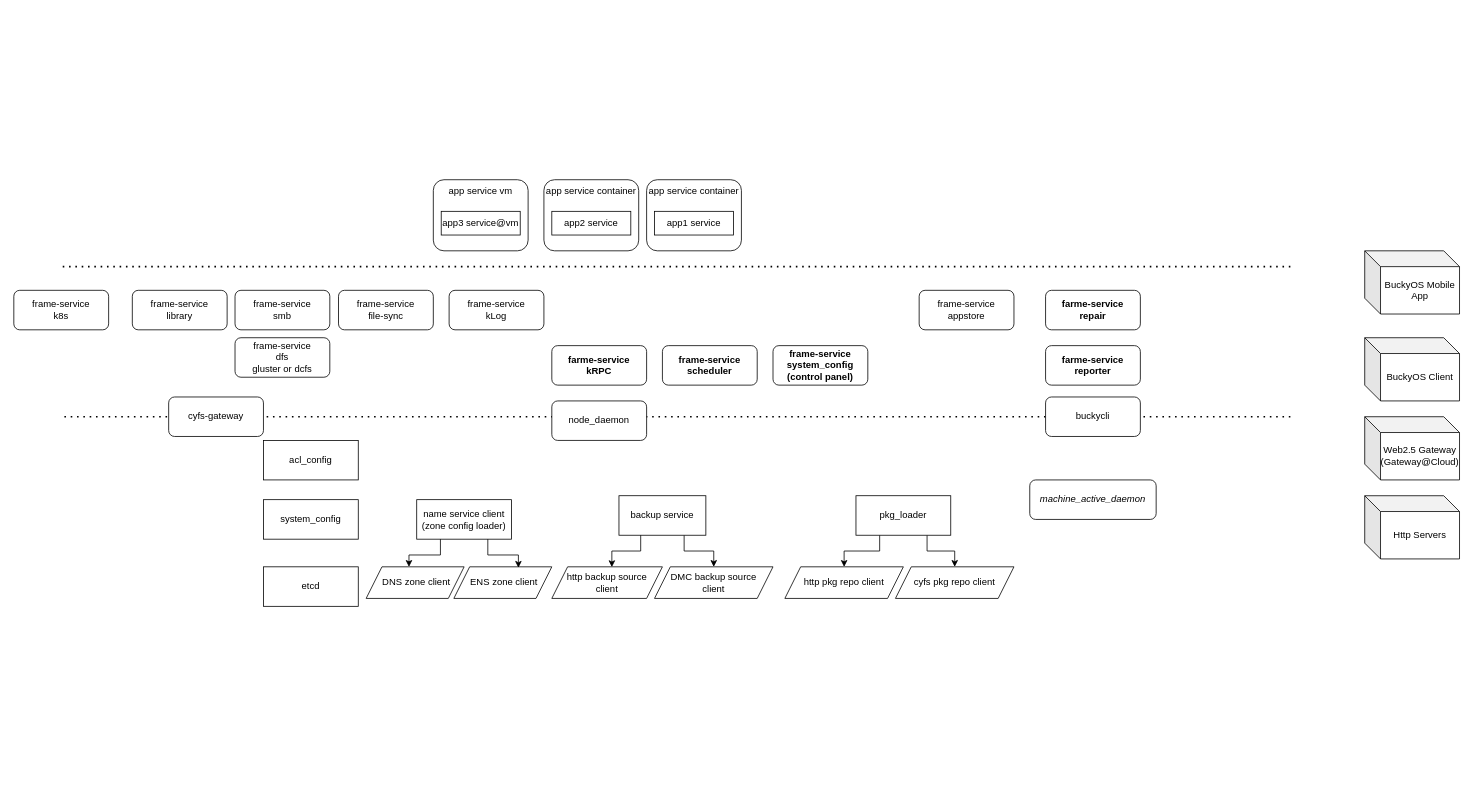
This is page "Architecture" (1 of 10) of doc/buckyos.drawio from buckyos/buckyos, a draw.io file, before an edit. Source tidied: cells renumbered, new cells numbered last; positions are measured from the earlier drawing's top-left corner, leaving out a move shared by most shapes. Both pictures are drawn from the tidied source at 79%, with x=0, y=0 at pixel (13, 179).
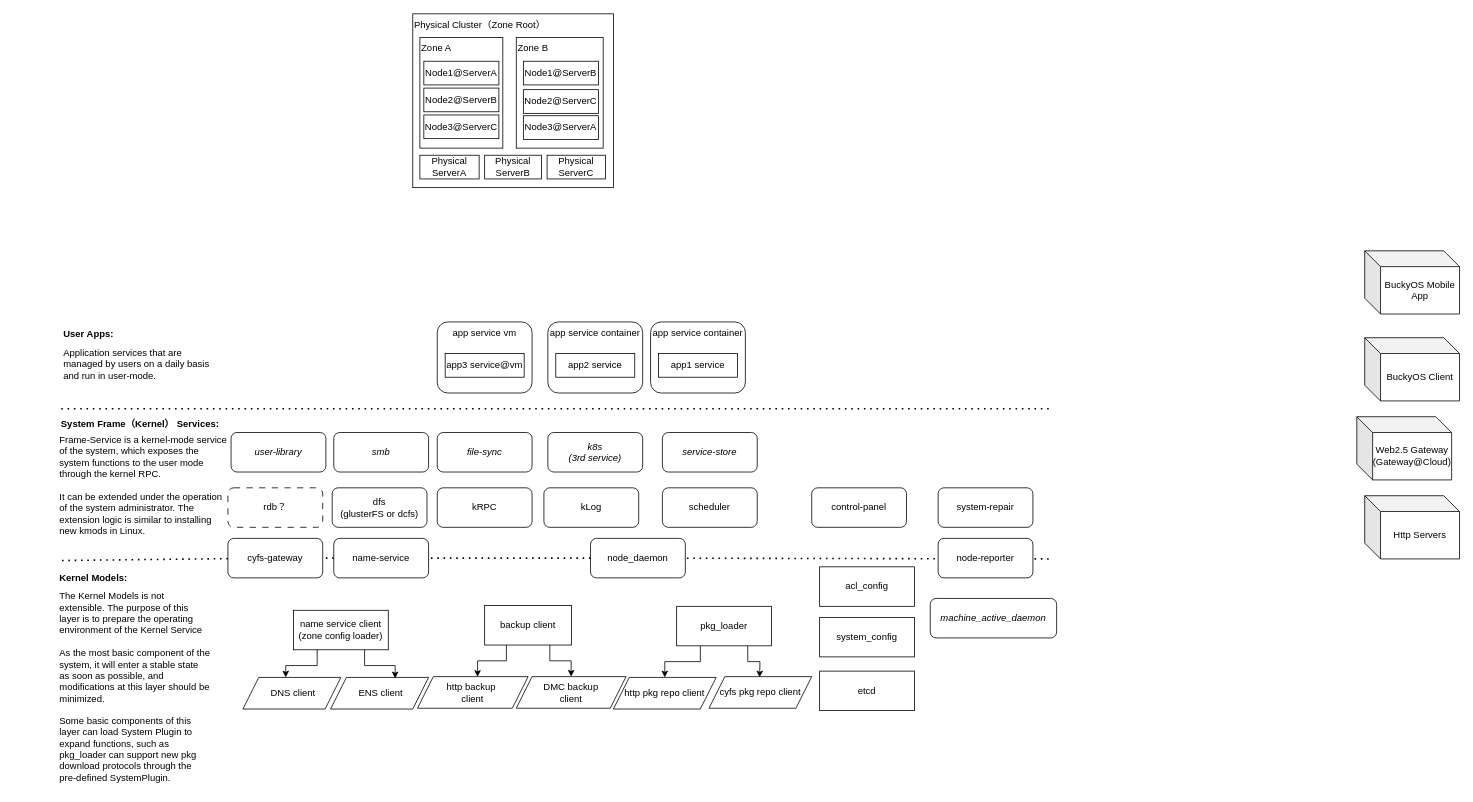
Above is the later version.

What changed in the source:
```diff
@@
+    <mxCell id="49" style="endArrow=none;dashed=1;html=1;dashPattern=1 3;strokeWidth=2;rounded=0;" parent="1" edge="1" target="13">
+      <mxGeometry relative="1" as="geometry">
+        <mxPoint x="1310" y="480" as="sourcePoint" />
+      </mxGeometry>
+    </mxCell>
+    <mxCell id="50" style="endArrow=none;dashed=1;html=1;dashPattern=1 3;strokeWidth=2;rounded=0;" parent="1" edge="1" source="59" target="14">
+      <mxGeometry relative="1" as="geometry" />
+    </mxCell>
-    <mxCell id="2" style="endArrow=none;dashed=1;html=1;dashPattern=1 3;strokeWidth=2;rounded=0;" parent="1" edge="1" source="33">
+    <mxCell id="2" style="endArrow=none;dashed=1;html=1;dashPattern=1 3;strokeWidth=2;rounded=0;" parent="1" edge="1" source="14">
       <mxGeometry relative="1" as="geometry">
-        <mxPoint x="60" y="300" as="targetPoint" />
+        <mxPoint x="60" y="482" as="targetPoint" />
       </mxGeometry>
     </mxCell>
     <mxCell id="3" value="name service client&lt;br&gt;(zone config loader)" style="rounded=0;whiteSpace=wrap;html=1;" parent="1" vertex="1">
-      <mxGeometry x="510" y="405" width="120" height="50" as="geometry" />
+      <mxGeometry x="354" y="545" width="120" height="50" as="geometry" />
     </mxCell>
     <mxCell id="4" value="etcd" style="rounded=0;whiteSpace=wrap;html=1;" parent="1" vertex="1">
-      <mxGeometry x="316" y="490" width="120" height="50" as="geometry" />
+      <mxGeometry x="1020" y="622" width="120" height="50" as="geometry" />
     </mxCell>
@@
-    <mxCell id="6" value="backup service" style="rounded=0;whiteSpace=wrap;html=1;" parent="1" vertex="1">
-      <mxGeometry x="766" y="400" width="110" height="50" as="geometry" />
+    <mxCell id="6" value="backup client" style="rounded=0;whiteSpace=wrap;html=1;" parent="1" vertex="1">
+      <mxGeometry x="596" y="539" width="110" height="50" as="geometry" />
     </mxCell>
-    <mxCell id="7" value="http backup source&lt;br&gt;client" style="shape=parallelogram;perimeter=parallelogramPerimeter;whiteSpace=wrap;html=1;fixedSize=1;" parent="1" vertex="1">
-      <mxGeometry x="681" y="490" width="140" height="40" as="geometry" />
+    <mxCell id="7" value="http backup&amp;nbsp;&lt;br&gt;client" style="shape=parallelogram;perimeter=parallelogramPerimeter;whiteSpace=wrap;html=1;fixedSize=1;" parent="1" vertex="1">
+      <mxGeometry x="511" y="629" width="140" height="40" as="geometry" />
     </mxCell>
-    <mxCell id="8" value="DMC backup source&lt;br&gt;client" style="shape=parallelogram;perimeter=parallelogramPerimeter;whiteSpace=wrap;html=1;fixedSize=1;" parent="1" vertex="1">
-      <mxGeometry x="811" y="490" width="150" height="40" as="geometry" />
+    <mxCell id="8" value="DMC backup&lt;br&gt;client" style="shape=parallelogram;perimeter=parallelogramPerimeter;whiteSpace=wrap;html=1;fixedSize=1;" parent="1" vertex="1">
+      <mxGeometry x="636" y="629" width="139" height="40" as="geometry" />
     </mxCell>
     <mxCell id="9" value="system_config" style="rounded=0;whiteSpace=wrap;html=1;" parent="1" vertex="1">
-      <mxGeometry x="316" y="405" width="120" height="50" as="geometry" />
+      <mxGeometry x="1020" y="554" width="120" height="50" as="geometry" />
     </mxCell>
@@
-    <mxCell id="11" style="edgeStyle=orthogonalEdgeStyle;rounded=0;jettySize=auto;html=1;exitX=0.75;exitY=1;exitDx=0;exitDy=0;" parent="1" edge="1" source="12" target="17">
-      <mxGeometry relative="1" as="geometry" />
+    <mxCell id="11" style="edgeStyle=orthogonalEdgeStyle;rounded=0;jettySize=auto;html=1;exitX=0.75;exitY=1;exitDx=0;exitDy=0;" parent="1" edge="1" source="12">
+      <mxGeometry relative="1" as="geometry">
+        <mxPoint x="944" y="630" as="targetPoint" />
+      </mxGeometry>
     </mxCell>
     <mxCell id="12" value="pkg_loader" style="rounded=0;whiteSpace=wrap;html=1;" parent="1" vertex="1">
-      <mxGeometry x="1066" y="400" width="120" height="50" as="geometry" />
+      <mxGeometry x="839" y="540" width="120" height="50" as="geometry" />
     </mxCell>
-    <mxCell id="13" value="node_daemon" style="rounded=1;whiteSpace=wrap;html=1;" parent="1" vertex="1">
-      <mxGeometry x="681" y="280" width="120" height="50" as="geometry" />
-    </mxCell>
-    <mxCell id="14" value="cyfs-gateway" style="rounded=1;whiteSpace=wrap;html=1;" parent="1" vertex="1">
-      <mxGeometry x="196" y="275" width="120" height="50" as="geometry" />
-    </mxCell>
     <mxCell id="15" value="http pkg repo client" style="shape=parallelogram;perimeter=parallelogramPerimeter;whiteSpace=wrap;html=1;fixedSize=1;" parent="1" vertex="1">
-      <mxGeometry x="976" y="490" width="150" height="40" as="geometry" />
+      <mxGeometry x="759" y="630" width="130" height="40" as="geometry" />
     </mxCell>
@@
     <mxCell id="17" value="cyfs pkg repo client" style="shape=parallelogram;perimeter=parallelogramPerimeter;whiteSpace=wrap;html=1;fixedSize=1;" parent="1" vertex="1">
-      <mxGeometry x="1116" y="490" width="150" height="40" as="geometry" />
+      <mxGeometry x="880" y="629" width="130" height="40" as="geometry" />
     </mxCell>
     <mxCell id="18" value="app service container" style="rounded=1;whiteSpace=wrap;html=1;verticalAlign=top;" parent="1" vertex="1">
-      <mxGeometry x="801" width="120" height="90" as="geometry" />
+      <mxGeometry x="806" y="180" width="120" height="90" as="geometry" />
     </mxCell>
     <mxCell id="19" value="app1 service" style="rounded=0;whiteSpace=wrap;html=1;" parent="1" vertex="1">
-      <mxGeometry x="811" y="40" width="100" height="30" as="geometry" />
+      <mxGeometry x="816" y="220" width="100" height="30" as="geometry" />
     </mxCell>
-    <mxCell id="20" value="farme-service&lt;br&gt;kRPC" style="rounded=1;whiteSpace=wrap;html=1;fontStyle=1;" parent="1" vertex="1">
-      <mxGeometry x="681" y="210" width="120" height="50" as="geometry" />
+    <mxCell id="20" value="kRPC" style="rounded=1;whiteSpace=wrap;html=1;fontStyle=0;" parent="1" vertex="1">
+      <mxGeometry x="536" y="390" width="120" height="50" as="geometry" />
     </mxCell>
-    <mxCell id="21" value="frame-service&lt;br&gt;scheduler" style="rounded=1;whiteSpace=wrap;html=1;fontStyle=1;" parent="1" vertex="1">
-      <mxGeometry x="821" y="210" width="120" height="50" as="geometry" />
+    <mxCell id="21" value="scheduler" style="rounded=1;whiteSpace=wrap;html=1;fontStyle=0;" parent="1" vertex="1">
+      <mxGeometry x="821" y="390" width="120" height="50" as="geometry" />
     </mxCell>
     <mxCell id="22" value="app service container" style="rounded=1;whiteSpace=wrap;html=1;verticalAlign=top;" parent="1" vertex="1">
-      <mxGeometry x="671" width="120" height="90" as="geometry" />
+      <mxGeometry x="676" y="180" width="120" height="90" as="geometry" />
     </mxCell>
     <mxCell id="23" value="app2 service" style="rounded=0;whiteSpace=wrap;html=1;" parent="1" vertex="1">
-      <mxGeometry x="681" y="40" width="100" height="30" as="geometry" />
+      <mxGeometry x="686" y="220" width="100" height="30" as="geometry" />
     </mxCell>
     <mxCell id="24" value="app service vm" style="rounded=1;whiteSpace=wrap;html=1;verticalAlign=top;" parent="1" vertex="1">
-      <mxGeometry x="531" width="120" height="90" as="geometry" />
+      <mxGeometry x="536" y="180" width="120" height="90" as="geometry" />
     </mxCell>
     <mxCell id="25" value="app3 service@vm" style="rounded=0;whiteSpace=wrap;html=1;" parent="1" vertex="1">
-      <mxGeometry x="541" y="40" width="100" height="30" as="geometry" />
+      <mxGeometry x="546" y="220" width="100" height="30" as="geometry" />
     </mxCell>
-    <mxCell id="26" value="frame-service&lt;br&gt;dfs&lt;br&gt;gluster or dcfs" style="rounded=1;whiteSpace=wrap;html=1;" parent="1" vertex="1">
-      <mxGeometry x="280" y="200" width="120" height="50" as="geometry" />
+    <mxCell id="26" value="dfs&lt;br&gt;(glusterFS or dcfs)" style="rounded=1;whiteSpace=wrap;html=1;" parent="1" vertex="1">
+      <mxGeometry x="403" y="390" width="120" height="50" as="geometry" />
     </mxCell>
-    <mxCell id="27" value="frame-service&lt;br&gt;library" style="rounded=1;whiteSpace=wrap;html=1;" parent="1" vertex="1">
-      <mxGeometry x="150" y="140" width="120" height="50" as="geometry" />
+    <mxCell id="27" value="user-library" style="rounded=1;whiteSpace=wrap;html=1;fontStyle=2;" parent="1" vertex="1">
+      <mxGeometry x="275" y="320" width="120" height="50" as="geometry" />
     </mxCell>
     <mxCell id="28" value="acl_config" style="rounded=0;whiteSpace=wrap;html=1;" parent="1" vertex="1">
-      <mxGeometry x="316" y="330" width="120" height="50" as="geometry" />
+      <mxGeometry x="1020" y="490" width="120" height="50" as="geometry" />
     </mxCell>
     <mxCell id="29" style="endArrow=none;dashed=1;html=1;dashPattern=1 3;strokeWidth=2;rounded=0;" parent="1" edge="1">
       <mxGeometry relative="1" as="geometry">
-        <mxPoint x="1615.9" y="110" as="sourcePoint" />
-        <mxPoint x="60" y="110" as="targetPoint" />
+        <mxPoint x="1310" y="290" as="sourcePoint" />
+        <mxPoint x="60" y="290" as="targetPoint" />
       </mxGeometry>
     </mxCell>
-    <mxCell id="30" value="frame-service&lt;br&gt;k8s" style="rounded=1;whiteSpace=wrap;html=1;" parent="1" vertex="1">
-      <mxGeometry y="140" width="120" height="50" as="geometry" />
+    <mxCell id="30" value="k8s&lt;br&gt;(3rd service)" style="rounded=1;whiteSpace=wrap;html=1;fontStyle=2;" parent="1" vertex="1">
+      <mxGeometry x="676" y="320" width="120" height="50" as="geometry" />
     </mxCell>
-    <mxCell id="31" value="frame-service&lt;br&gt;appstore" style="rounded=1;whiteSpace=wrap;html=1;" parent="1" vertex="1">
-      <mxGeometry x="1146" y="140" width="120" height="50" as="geometry" />
+    <mxCell id="31" value="service-store" style="rounded=1;whiteSpace=wrap;html=1;fontStyle=2;" parent="1" vertex="1">
+      <mxGeometry x="821" y="320" width="120" height="50" as="geometry" />
     </mxCell>
-    <mxCell id="32" style="endArrow=none;dashed=1;html=1;dashPattern=1 3;strokeWidth=2;rounded=0;" parent="1" edge="1" target="33">
-      <mxGeometry relative="1" as="geometry">
-        <mxPoint x="1615.9" y="300" as="sourcePoint" />
-      </mxGeometry>
-    </mxCell>
-    <mxCell id="33" value="buckycli" style="rounded=1;whiteSpace=wrap;html=1;" parent="1" vertex="1">
-      <mxGeometry x="1306" y="275" width="120" height="50" as="geometry" />
-    </mxCell>
-    <mxCell id="34" value="frame-service&lt;br&gt;system_config&lt;br&gt;(control panel)" style="rounded=1;whiteSpace=wrap;html=1;fontStyle=1;" parent="1" vertex="1">
-      <mxGeometry x="961" y="210" width="120" height="50" as="geometry" />
+    <mxCell id="34" value="control-panel" style="rounded=1;whiteSpace=wrap;html=1;fontStyle=0;" parent="1" vertex="1">
+      <mxGeometry x="1010" y="390" width="120" height="50" as="geometry" />
     </mxCell>
-    <mxCell id="35" value="&amp;nbsp;DNS zone client" style="shape=parallelogram;perimeter=parallelogramPerimeter;whiteSpace=wrap;html=1;fixedSize=1;" parent="1" vertex="1">
-      <mxGeometry x="446" y="490" width="124" height="40" as="geometry" />
+    <mxCell id="35" value="&amp;nbsp;DNS client" style="shape=parallelogram;perimeter=parallelogramPerimeter;whiteSpace=wrap;html=1;fixedSize=1;" parent="1" vertex="1">
+      <mxGeometry x="290" y="630" width="124" height="40" as="geometry" />
     </mxCell>
-    <mxCell id="36" value="&amp;nbsp;ENS zone client" style="shape=parallelogram;perimeter=parallelogramPerimeter;whiteSpace=wrap;html=1;fixedSize=1;" parent="1" vertex="1">
-      <mxGeometry x="557" y="490" width="124" height="40" as="geometry" />
+    <mxCell id="36" value="&amp;nbsp;ENS client" style="shape=parallelogram;perimeter=parallelogramPerimeter;whiteSpace=wrap;html=1;fixedSize=1;" parent="1" vertex="1">
+      <mxGeometry x="401" y="630" width="124" height="40" as="geometry" />
     </mxCell>
@@
-    <mxCell id="39" value="machine_active_daemon" style="rounded=1;whiteSpace=wrap;html=1;fontStyle=2;" parent="1" vertex="1">
-      <mxGeometry x="1286" y="380" width="160" height="50" as="geometry" />
-    </mxCell>
-    <mxCell id="40" value="farme-service&lt;br&gt;repair" style="rounded=1;whiteSpace=wrap;html=1;fontStyle=1;" parent="1" vertex="1">
-      <mxGeometry x="1306" y="140" width="120" height="50" as="geometry" />
+    <mxCell id="40" value="system-repair" style="rounded=1;whiteSpace=wrap;html=1;fontStyle=0;" parent="1" vertex="1">
+      <mxGeometry x="1170" y="390" width="120" height="50" as="geometry" />
     </mxCell>
-    <mxCell id="41" value="farme-service&lt;br&gt;reporter" style="rounded=1;whiteSpace=wrap;html=1;fontStyle=1;" parent="1" vertex="1">
-      <mxGeometry x="1306" y="210" width="120" height="50" as="geometry" />
-    </mxCell>
-    <mxCell id="42" value="frame-service&lt;br&gt;kLog" style="rounded=1;whiteSpace=wrap;html=1;" parent="1" vertex="1">
-      <mxGeometry x="551" y="140" width="120" height="50" as="geometry" />
+    <mxCell id="42" value="kLog" style="rounded=1;whiteSpace=wrap;html=1;" parent="1" vertex="1">
+      <mxGeometry x="671" y="390" width="120" height="50" as="geometry" />
     </mxCell>
-    <mxCell id="43" value="frame-service&lt;br&gt;smb" style="rounded=1;whiteSpace=wrap;html=1;" parent="1" vertex="1">
-      <mxGeometry x="280" y="140" width="120" height="50" as="geometry" />
+    <mxCell id="43" value="smb" style="rounded=1;whiteSpace=wrap;html=1;fontStyle=2;" parent="1" vertex="1">
+      <mxGeometry x="405" y="320" width="120" height="50" as="geometry" />
     </mxCell>
-    <mxCell id="44" value="frame-service&lt;br&gt;file-sync" style="rounded=1;whiteSpace=wrap;html=1;" parent="1" vertex="1">
-      <mxGeometry x="411" y="140" width="120" height="50" as="geometry" />
+    <mxCell id="44" value="file-sync" style="rounded=1;whiteSpace=wrap;html=1;fontStyle=2;" parent="1" vertex="1">
+      <mxGeometry x="536" y="320" width="120" height="50" as="geometry" />
     </mxCell>
@@
     <mxCell id="47" value="Web2.5 Gateway&lt;br&gt;(Gateway@Cloud)" style="shape=cube;whiteSpace=wrap;html=1;boundedLbl=1;backgroundOutline=1;darkOpacity=0.05;darkOpacity2=0.1;" parent="1" vertex="1">
-      <mxGeometry x="1710" y="300" width="120" height="80" as="geometry" />
+      <mxGeometry x="1700" y="300" width="120" height="80" as="geometry" />
     </mxCell>
@@
+    <mxCell id="14" value="cyfs-gateway" style="rounded=1;whiteSpace=wrap;html=1;" parent="1" vertex="1">
+      <mxGeometry x="271" y="454" width="120" height="50" as="geometry" />
+    </mxCell>
+    <mxCell id="51" value="User Apps:" style="text;html=1;strokeColor=none;fillColor=none;align=left;verticalAlign=middle;whiteSpace=wrap;rounded=0;fontStyle=1;" parent="1" vertex="1">
+      <mxGeometry x="61" y="180" width="100" height="30" as="geometry" />
+    </mxCell>
+    <mxCell id="52" value="System Frame（Kernel） Services:" style="text;html=1;strokeColor=none;fillColor=none;align=center;verticalAlign=middle;whiteSpace=wrap;rounded=0;fontStyle=1;" parent="1" vertex="1">
+      <mxGeometry x="50" y="294" width="220" height="30" as="geometry" />
+    </mxCell>
+    <mxCell id="53" value="Kernel Models:" style="text;html=1;strokeColor=none;fillColor=none;align=left;verticalAlign=middle;whiteSpace=wrap;rounded=0;fontStyle=1;" parent="1" vertex="1">
+      <mxGeometry x="56" y="490" width="220" height="30" as="geometry" />
+    </mxCell>
+    <mxCell id="54" value="&lt;div&gt;The Kernel Models is not extensible.&amp;nbsp;The purpose of this layer is to prepare the operating environment of the Kernel Service&lt;/div&gt;&lt;div&gt;&lt;br&gt;&lt;/div&gt;&lt;div&gt;As the most basic component of the system, it will enter a stable state as soon as possible, and modifications at this layer should be minimized.&amp;nbsp;&lt;/div&gt;&lt;div&gt;&lt;br&gt;&lt;/div&gt;&lt;div&gt;Some basic components of this layer can load System Plugin to expand functions, such as pkg_loader can support new pkg download protocols through the pre-defined SystemPlugin.&lt;/div&gt;" style="text;html=1;strokeColor=none;fillColor=none;align=left;verticalAlign=middle;whiteSpace=wrap;rounded=0;" parent="1" vertex="1">
+      <mxGeometry x="56" y="513" width="194" height="257" as="geometry" />
+    </mxCell>
+    <mxCell id="41" value="node-reporter" style="rounded=1;whiteSpace=wrap;html=1;fontStyle=0;" parent="1" vertex="1">
+      <mxGeometry x="1170" y="454" width="120" height="50" as="geometry" />
+    </mxCell>
+    <mxCell id="39" value="machine_active_daemon" style="rounded=1;whiteSpace=wrap;html=1;fontStyle=2;" parent="1" vertex="1">
+      <mxGeometry x="1160" y="530" width="160" height="50" as="geometry" />
+    </mxCell>
+    <mxCell id="55" value="Frame-Service is a kernel-mode service of the system, which exposes the system functions to the user mode through the kernel RPC. &lt;br&gt;&lt;br&gt;It can be extended under the operation of the system administrator. The extension logic is similar to installing new kmods in Linux." style="text;html=1;strokeColor=none;fillColor=none;align=left;verticalAlign=top;whiteSpace=wrap;rounded=0;" parent="1" vertex="1">
+      <mxGeometry x="56" y="316" width="215" height="140" as="geometry" />
+    </mxCell>
+    <mxCell id="56" value="Application services that are managed by users on a daily basis and run in user-mode." style="text;html=1;strokeColor=none;fillColor=none;align=left;verticalAlign=top;whiteSpace=wrap;rounded=0;" parent="1" vertex="1">
+      <mxGeometry x="61" y="206" width="190" height="80" as="geometry" />
+    </mxCell>
+    <mxCell id="57" value="rdb？" style="rounded=1;whiteSpace=wrap;html=1;dashed=1;dashPattern=8 8;" parent="1" vertex="1">
+      <mxGeometry x="271" y="390" width="120" height="50" as="geometry" />
+    </mxCell>
+    <mxCell id="13" value="node_daemon" style="rounded=1;whiteSpace=wrap;html=1;" parent="1" vertex="1">
+      <mxGeometry x="730" y="454" width="120" height="50" as="geometry" />
+    </mxCell>
+    <mxCell id="58" style="endArrow=none;dashed=1;html=1;dashPattern=1 3;strokeWidth=2;rounded=0;" parent="1" edge="1" source="13" target="59">
+      <mxGeometry relative="1" as="geometry" />
+    </mxCell>
+    <mxCell id="59" value="name-service" style="rounded=1;whiteSpace=wrap;html=1;" parent="1" vertex="1">
+      <mxGeometry x="405" y="454" width="120" height="50" as="geometry" />
+    </mxCell>
+    <mxCell id="60" value="Physical Cluster（Zone Root）" style="rounded=0;whiteSpace=wrap;html=1;align=left;verticalAlign=top;" parent="1" vertex="1">
+      <mxGeometry x="505" y="-210" width="254" height="220" as="geometry" />
+    </mxCell>
+    <mxCell id="61" value="Zone A" style="rounded=0;whiteSpace=wrap;html=1;align=left;verticalAlign=top;" parent="1" vertex="1">
+      <mxGeometry x="514" y="-180" width="105" height="140" as="geometry" />
+    </mxCell>
+    <mxCell id="62" value="Physical &lt;br&gt;ServerA" style="rounded=0;whiteSpace=wrap;html=1;" parent="1" vertex="1">
+      <mxGeometry x="514" y="-31" width="75" height="30" as="geometry" />
+    </mxCell>
+    <mxCell id="63" value="Physical &lt;br&gt;ServerB" style="rounded=0;whiteSpace=wrap;html=1;" parent="1" vertex="1">
+      <mxGeometry x="596" y="-31" width="72" height="30" as="geometry" />
+    </mxCell>
+    <mxCell id="64" value="Physical &lt;br&gt;ServerC" style="rounded=0;whiteSpace=wrap;html=1;" parent="1" vertex="1">
+      <mxGeometry x="675" y="-31" width="74" height="30" as="geometry" />
+    </mxCell>
+    <mxCell id="65" value="Node1@ServerA" style="rounded=0;whiteSpace=wrap;html=1;" parent="1" vertex="1">
+      <mxGeometry x="519" y="-150" width="95" height="30" as="geometry" />
+    </mxCell>
+    <mxCell id="66" value="Node2@ServerB" style="rounded=0;whiteSpace=wrap;html=1;" parent="1" vertex="1">
+      <mxGeometry x="519" y="-116" width="95" height="30" as="geometry" />
+    </mxCell>
+    <mxCell id="67" value="Zone B" style="rounded=0;whiteSpace=wrap;html=1;align=left;verticalAlign=top;" parent="1" vertex="1">
+      <mxGeometry x="636" y="-180" width="110" height="140" as="geometry" />
+    </mxCell>
+    <mxCell id="68" value="Node1@ServerB" style="rounded=0;whiteSpace=wrap;html=1;" parent="1" vertex="1">
+      <mxGeometry x="645" y="-150" width="95" height="30" as="geometry" />
+    </mxCell>
+    <mxCell id="69" value="Node2@ServerC" style="rounded=0;whiteSpace=wrap;html=1;" parent="1" vertex="1">
+      <mxGeometry x="645" y="-114" width="95" height="30" as="geometry" />
+    </mxCell>
+    <mxCell id="70" value="Node3@ServerC" style="rounded=0;whiteSpace=wrap;html=1;" parent="1" vertex="1">
+      <mxGeometry x="519" y="-82" width="95" height="30" as="geometry" />
+    </mxCell>
+    <mxCell id="71" value="Node3@ServerA" style="rounded=0;whiteSpace=wrap;html=1;" parent="1" vertex="1">
+      <mxGeometry x="645" y="-81" width="95" height="30" as="geometry" />
+    </mxCell>
```
